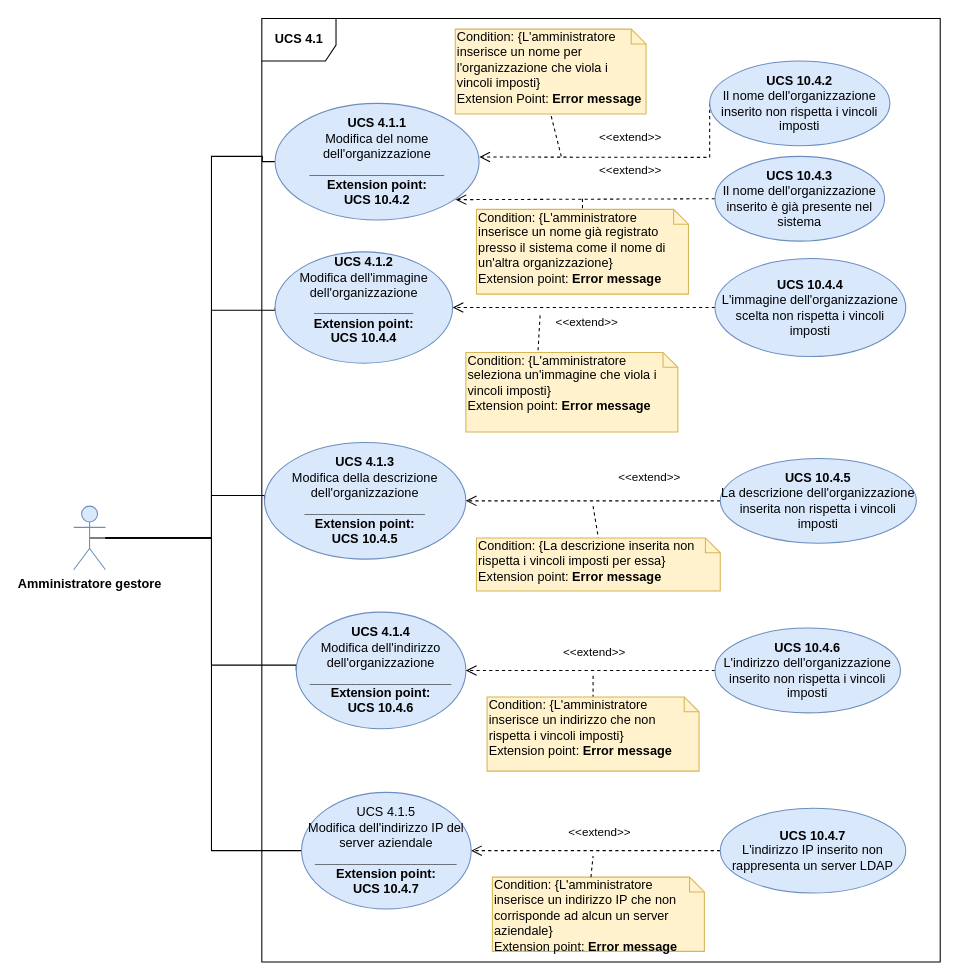
Above: DocumentazioneEsterna/AnalisiDeiRequisiti/Sezioni/UseCase/draw.io/UC SERVER/4.1.drawio in qb-team/Stalker-Documentazione (draw.io), before the change. Source tidied: cells renumbered, new cells numbered last; positions are measured from the earlier drawing's top-left corner, leaving out a move shared by most shapes. Both pictures are drawn from the tidied source at 106%, with x=0, y=0 at pixel (73, 18).
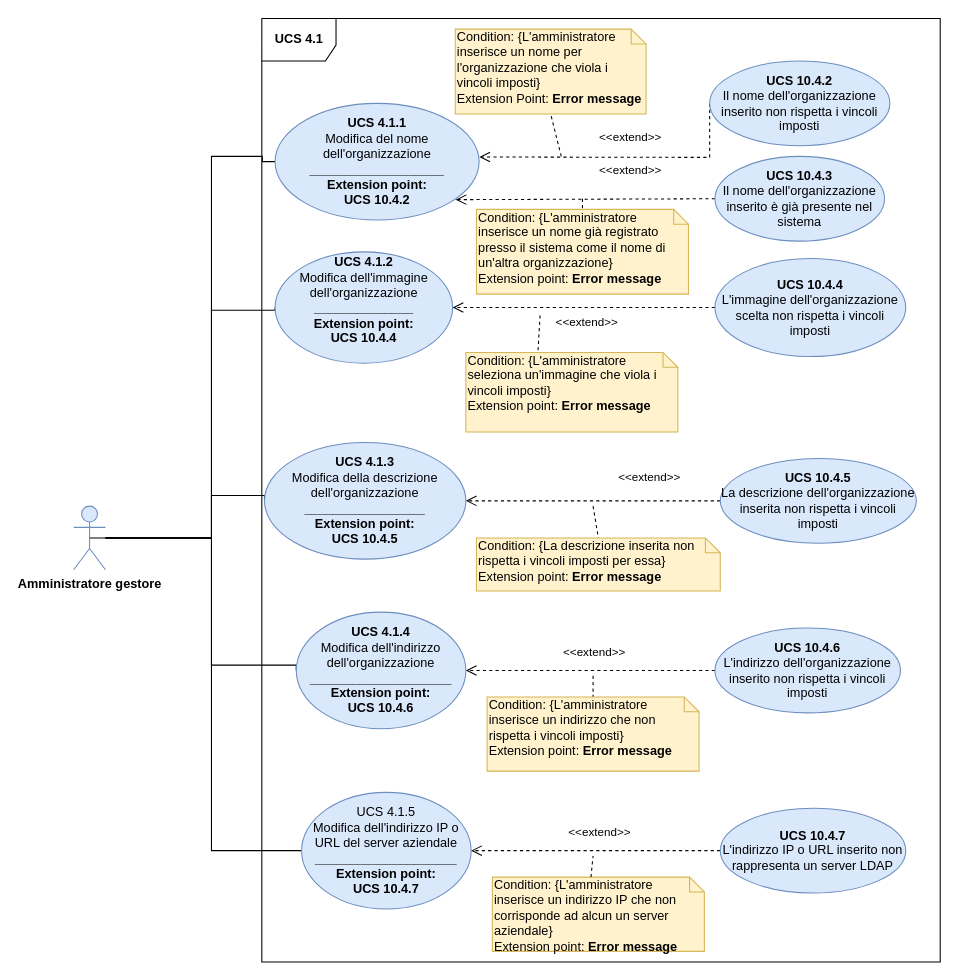
After the change.

What changed in the source:
```diff
@@
-    <mxCell id="33" value="UCS 4.1.5&lt;br&gt;Modifica dell'indirizzo IP del server aziendale&lt;br&gt;&lt;b&gt;____________________&lt;/b&gt;&lt;br&gt;&lt;b&gt;Extension point:&lt;br&gt;UCS 10.4.7&lt;/b&gt;" style="ellipse;whiteSpace=wrap;html=1;fillColor=#dae8fc;strokeColor=#6c8ebf;" parent="1" vertex="1">
+    <mxCell id="33" value="UCS 4.1.5&lt;br&gt;Modifica dell'indirizzo IP o URL del server aziendale&lt;br&gt;&lt;b&gt;____________________&lt;/b&gt;&lt;br&gt;&lt;b&gt;Extension point:&lt;br&gt;UCS 10.4.7&lt;/b&gt;" style="ellipse;whiteSpace=wrap;html=1;fillColor=#dae8fc;strokeColor=#6c8ebf;" parent="1" vertex="1">
       <mxGeometry x="215" y="730" width="160" height="110" as="geometry" />
     </mxCell>
@@
-    <mxCell id="35" value="&lt;b&gt;UCS 10.4.7&lt;br&gt;&lt;/b&gt;L'indirizzo IP inserito non rappresenta un server LDAP" style="ellipse;whiteSpace=wrap;html=1;fillColor=#dae8fc;strokeColor=#6c8ebf;" parent="1" vertex="1">
+    <mxCell id="35" value="&lt;b&gt;UCS 10.4.7&lt;br&gt;&lt;/b&gt;L'indirizzo IP o URL inserito non rappresenta un server LDAP" style="ellipse;whiteSpace=wrap;html=1;fillColor=#dae8fc;strokeColor=#6c8ebf;" parent="1" vertex="1">
       <mxGeometry x="610" y="745" width="175" height="80" as="geometry" />
     </mxCell>
```
